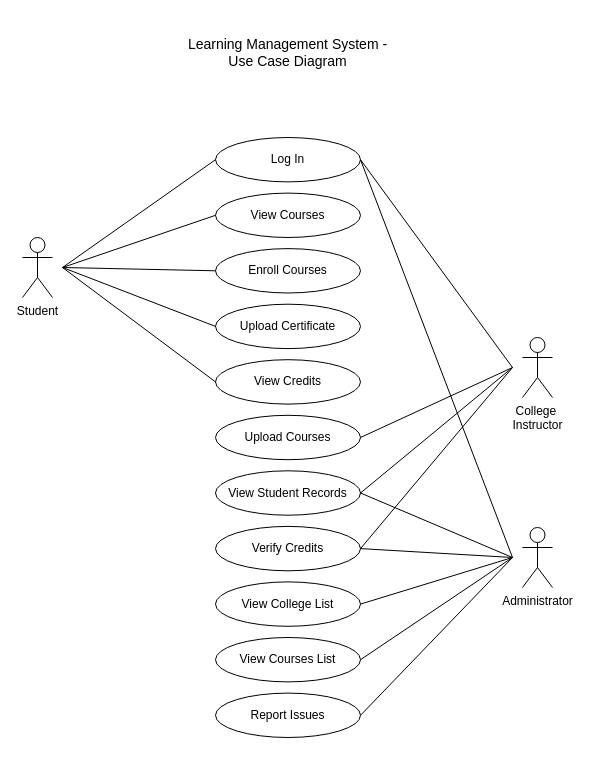
Earlier version of the draw.io diagram UMLUseCase.drawio (Zein-Zeus/MoodleLMS). Source tidied: cells renumbered, new cells numbered last; positions are measured from the earlier drawing's top-left corner, leaving out a move shared by most shapes. Both pictures are drawn from the tidied source at 100%, with x=0, y=0 at pixel (22, 17).
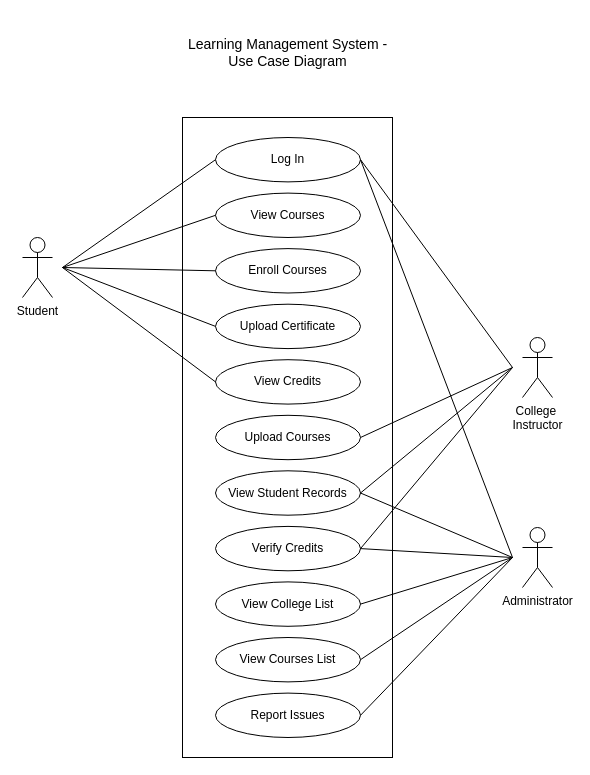
The same diagram, later.

What changed in the source:
```diff
@@
+    <mxCell id="33" style="rounded=0;whiteSpace=wrap;html=1;" parent="1" vertex="1">
+      <mxGeometry x="160" y="100" width="210" height="640" as="geometry" />
+    </mxCell>
```
